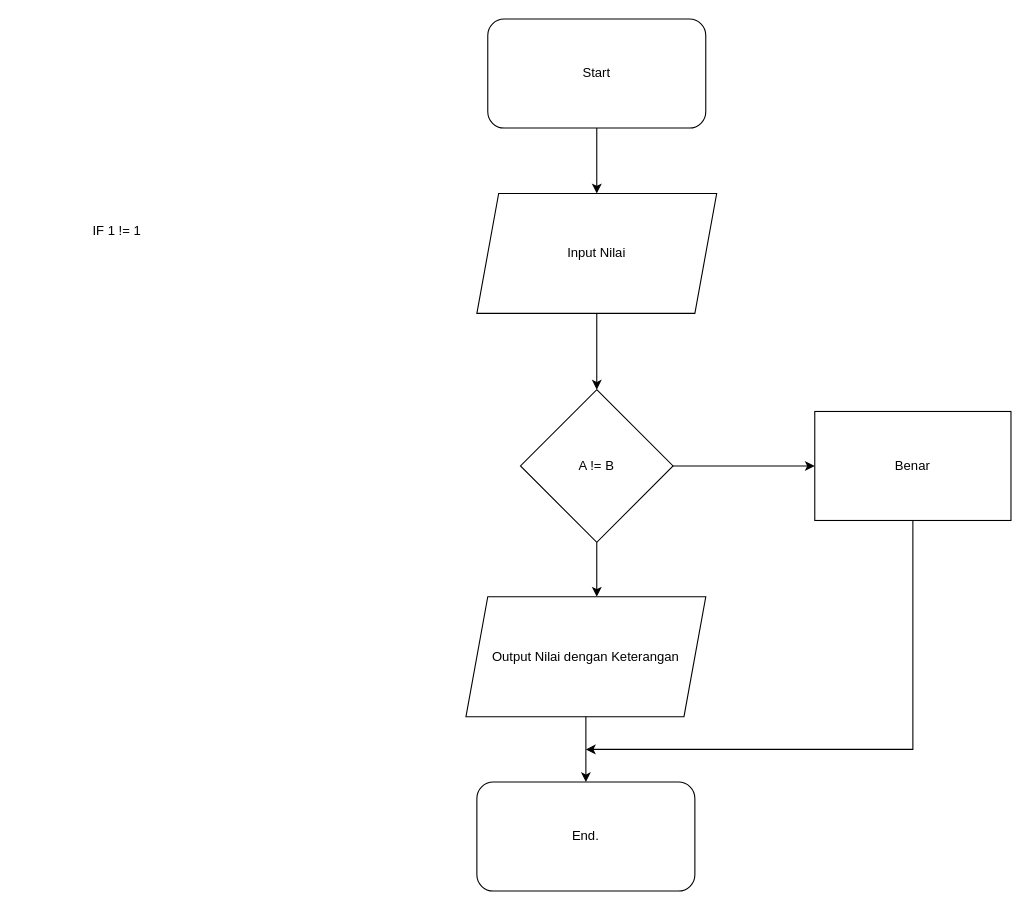
tomoeisozaki/tomoeisozaki keeps this draw.io diagram as latihan.drawio. Above is the earlier version. Source tidied: cells renumbered, new cells numbered last; positions are measured from the earlier drawing's top-left corner, leaving out a move shared by most shapes. Both pictures are drawn from the tidied source at 109%, with x=0, y=0 at pixel (19, 19).
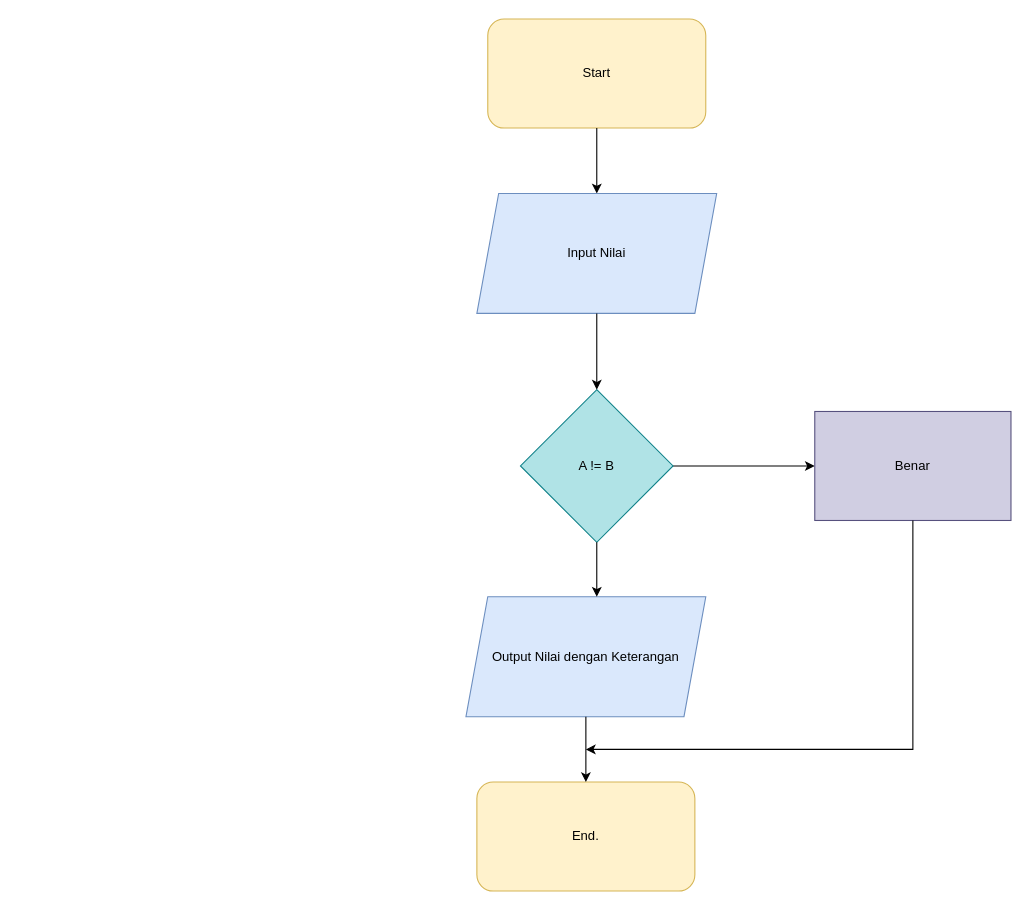
Above is the later version.

What changed in the source:
```diff
@@
-    <mxCell id="2" style="rounded=1;whiteSpace=wrap;html=1;" parent="1" vertex="1">
+    <mxCell id="2" style="rounded=1;whiteSpace=wrap;html=1;fillColor=#fff2cc;strokeColor=#d6b656;" parent="1" vertex="1">
       <mxGeometry x="430" width="200" height="100" as="geometry" />
     </mxCell>
@@
-    <mxCell id="5" style="shape=parallelogram;perimeter=parallelogramPerimeter;whiteSpace=wrap;html=1;fixedSize=1;" parent="1" vertex="1">
+    <mxCell id="5" style="shape=parallelogram;perimeter=parallelogramPerimeter;whiteSpace=wrap;html=1;fixedSize=1;fillColor=#dae8fc;strokeColor=#6c8ebf;" parent="1" vertex="1">
       <mxGeometry x="410" y="530" width="220" height="110" as="geometry" />
     </mxCell>
@@
-    <mxCell id="7" style="rounded=0;whiteSpace=wrap;html=1;" parent="1" vertex="1">
+    <mxCell id="7" style="rounded=0;whiteSpace=wrap;html=1;fillColor=#d0cee2;strokeColor=#56517e;" parent="1" vertex="1">
       <mxGeometry x="730" y="360" width="180" height="100" as="geometry" />
     </mxCell>
@@
-    <mxCell id="9" style="rhombus;whiteSpace=wrap;html=1;" parent="1" vertex="1">
+    <mxCell id="9" style="rhombus;whiteSpace=wrap;html=1;fillColor=#b0e3e6;strokeColor=#0e8088;" parent="1" vertex="1">
       <mxGeometry x="460" y="340" width="140" height="140" as="geometry" />
     </mxCell>
-    <mxCell id="10" value="IF 1 != 1" style="text;html=1;strokeColor=none;fillColor=none;align=center;verticalAlign=middle;whiteSpace=wrap;rounded=0;" parent="1" vertex="1">
-      <mxGeometry y="150" width="180" height="90" as="geometry" />
-    </mxCell>
-    <mxCell id="11" style="shape=parallelogram;perimeter=parallelogramPerimeter;whiteSpace=wrap;html=1;fixedSize=1;" parent="1" vertex="1">
+    <mxCell id="11" style="shape=parallelogram;perimeter=parallelogramPerimeter;whiteSpace=wrap;html=1;fixedSize=1;fillColor=#dae8fc;strokeColor=#6c8ebf;" parent="1" vertex="1">
       <mxGeometry x="420" y="160" width="220" height="110" as="geometry" />
     </mxCell>
@@
-    <mxCell id="17" style="rounded=1;whiteSpace=wrap;html=1;" parent="1" vertex="1">
+    <mxCell id="17" style="rounded=1;whiteSpace=wrap;html=1;fillColor=#fff2cc;strokeColor=#d6b656;" parent="1" vertex="1">
       <mxGeometry x="420" y="700" width="200" height="100" as="geometry" />
     </mxCell>
```
